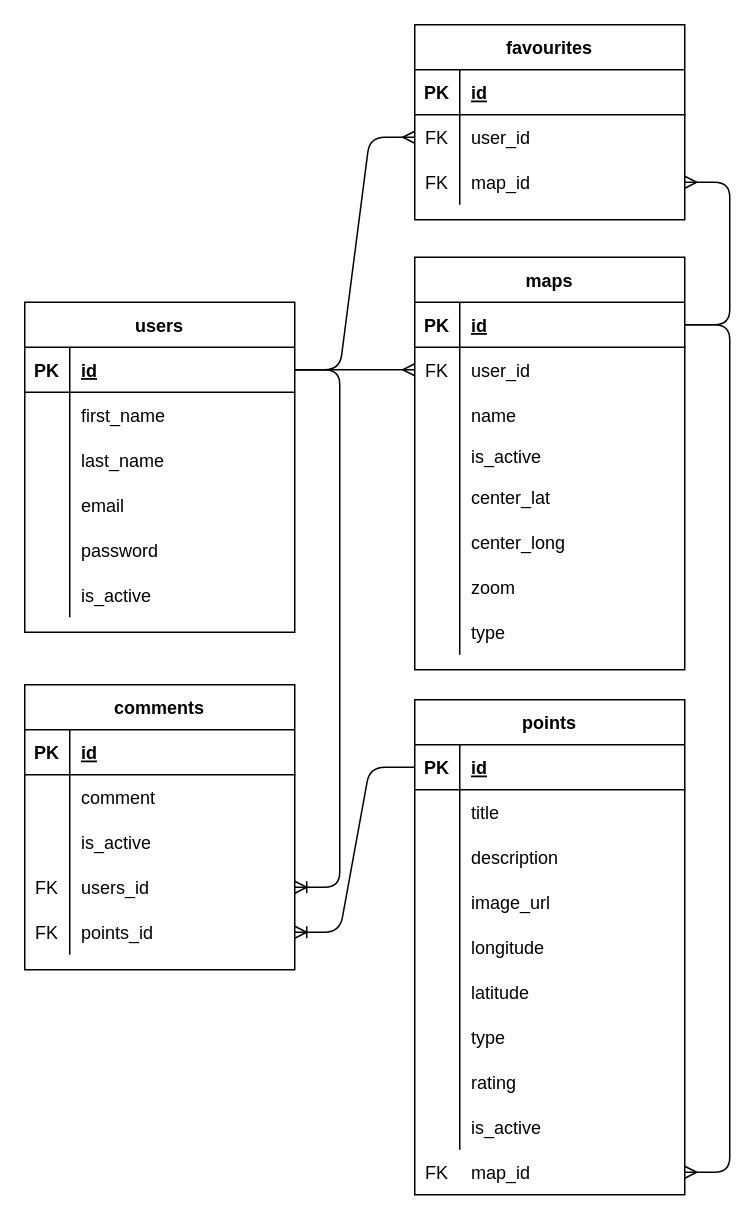
Earlier version of the draw.io diagram planning/midterm_ERD.drawio (StewartMck/mapit). Source tidied: cells renumbered, new cells numbered last; positions are measured from the earlier drawing's top-left corner, leaving out a move shared by most shapes. Both pictures are drawn from the tidied source at 150%, with x=0, y=0 at pixel (24, 24).
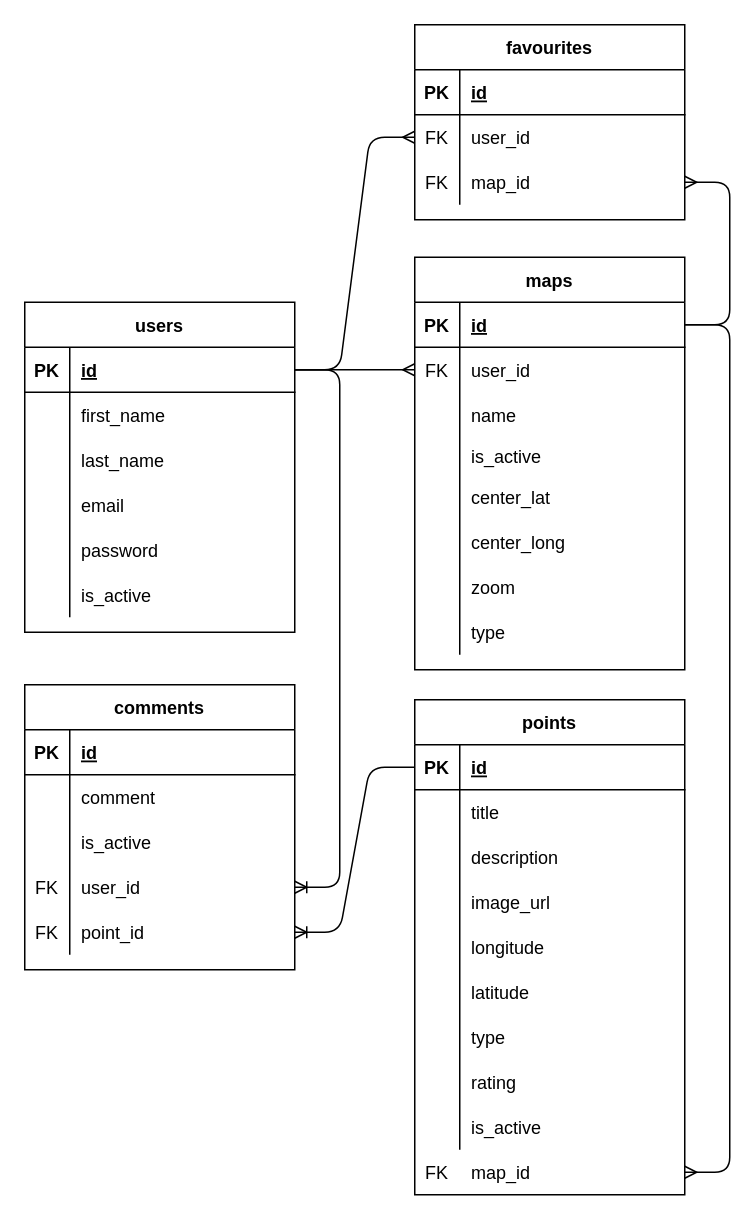
The same page after the edit.

The change refers to these unchanged cells:
```xml
<mxCell id="99" style="shape=partialRectangle;fillColor=none;top=0;left=0;bottom=0;right=0;points=[[0,0.5],[1,0.5]];portConstraint=eastwest;" parent="89" vertex="1">
  <mxGeometry y="120" width="180" height="30" as="geometry" />
</mxCell>
<mxCell id="102" style="shape=partialRectangle;fillColor=none;top=0;left=0;bottom=0;right=0;points=[[0,0.5],[1,0.5]];portConstraint=eastwest;" parent="89" vertex="1">
  <mxGeometry y="150" width="180" height="30" as="geometry" />
</mxCell>
```

What changed in the source:
```diff
@@
-    <mxCell id="101" value="users_id" style="shape=partialRectangle;fillColor=none;top=0;left=0;bottom=0;right=0;align=left;spacingLeft=6;overflow=hidden;" parent="99" vertex="1">
+    <mxCell id="101" value="user_id" style="shape=partialRectangle;fillColor=none;top=0;left=0;bottom=0;right=0;align=left;spacingLeft=6;overflow=hidden;" parent="99" vertex="1">
       <mxGeometry x="30" width="150" height="30" as="geometry" />
     </mxCell>
@@
-    <mxCell id="104" value="points_id" style="shape=partialRectangle;fillColor=none;top=0;left=0;bottom=0;right=0;align=left;spacingLeft=6;overflow=hidden;" parent="102" vertex="1">
+    <mxCell id="104" value="point_id" style="shape=partialRectangle;fillColor=none;top=0;left=0;bottom=0;right=0;align=left;spacingLeft=6;overflow=hidden;" parent="102" vertex="1">
       <mxGeometry x="30" width="150" height="30" as="geometry" />
     </mxCell>
```
